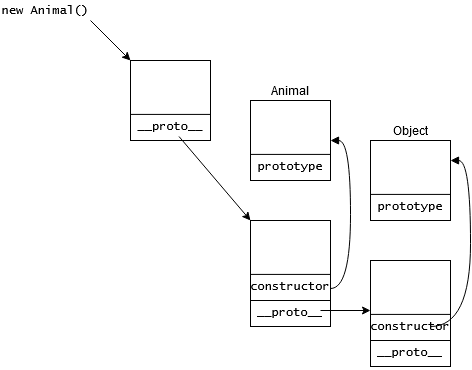
Earlier version of the draw.io export prototypical-inheritance.png (eheu/hovedopgave). Source tidied: cells renumbered, new cells last; positions are measured from the earlier drawing's top-left corner, leaving out a move shared by most shapes.
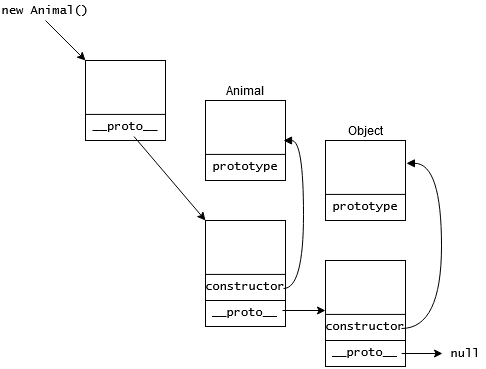
After the change.

The edit, as a diff of the source:
```diff
@@ -170,12 +170,13 @@
     <mxCell id="57" style="edgeStyle=orthogonalEdgeStyle;jettySize=auto;html=1;exitX=0.5;exitY=0;exitDx=0;exitDy=0;entryX=1;entryY=0.5;entryDx=0;entryDy=0;startArrow=none;startFill=0;endArrow=block;endFill=1;strokeColor=none;rounded=1;" parent="1" edge="1" source="59" target="27">
       <mxGeometry relative="1" as="geometry" />
     </mxCell>
-    <mxCell id="58" style="edgeStyle=orthogonalEdgeStyle;jettySize=auto;html=1;startArrow=none;startFill=0;endArrow=block;endFill=1;strokeColor=#000000;entryX=1;entryY=0.5;entryDx=0;entryDy=0;curved=1;" parent="1" edge="1" target="27">
+    <mxCell id="58" style="edgeStyle=orthogonalEdgeStyle;orthogonalLoop=1;jettySize=auto;html=1;startArrow=none;startFill=0;endArrow=block;endFill=1;strokeColor=#000000;entryX=1;entryY=0.5;entryDx=0;entryDy=0;curved=1;" parent="1" edge="1">
       <mxGeometry relative="1" as="geometry">
-        <mxPoint x="330" y="288" as="sourcePoint" />
+        <mxPoint x="328" y="288" as="sourcePoint" />
+        <mxPoint x="328" y="140" as="targetPoint" />
         <Array as="points">
-          <mxPoint x="350" y="288" />
-          <mxPoint x="350" y="140" />
+          <mxPoint x="348" y="288" />
+          <mxPoint x="348" y="140" />
         </Array>
       </mxGeometry>
     </mxCell>
@@ -311,11 +312,13 @@
     <mxCell id="102" style="endArrow=none;html=1;exitX=0.002;exitY=0.674;exitDx=0;exitDy=0;exitPerimeter=0;entryX=1;entryY=0.674;entryDx=0;entryDy=0;entryPerimeter=0;" parent="1" edge="1" source="101" target="101">
       <mxGeometry relative="1" as="geometry" />
     </mxCell>
-    <mxCell id="103" style="edgeStyle=orthogonalEdgeStyle;jettySize=auto;html=1;exitX=1;exitY=0.5;exitDx=0;exitDy=0;entryX=1;entryY=0.25;entryDx=0;entryDy=0;startArrow=none;startFill=0;endArrow=block;endFill=1;strokeColor=#000000;curved=1;" parent="1" edge="1" source="104" target="73">
+    <mxCell id="103" style="edgeStyle=orthogonalEdgeStyle;orthogonalLoop=1;jettySize=auto;html=1;exitX=1;exitY=0.5;exitDx=0;exitDy=0;entryX=1.011;entryY=0.26;entryDx=0;entryDy=0;startArrow=none;startFill=0;endArrow=block;endFill=1;strokeColor=#000000;curved=1;entryPerimeter=0;" parent="1" edge="1">
       <mxGeometry relative="1" as="geometry">
+        <mxPoint x="446" y="328" as="sourcePoint" />
+        <mxPoint x="450.9" y="162.8" as="targetPoint" />
         <Array as="points">
-          <mxPoint x="470" y="326" />
-          <mxPoint x="470" y="160" />
+          <mxPoint x="486" y="328" />
+          <mxPoint x="486" y="163" />
         </Array>
       </mxGeometry>
     </mxCell>
@@ -326,7 +329,7 @@
       <mxGeometry x="370" y="340" width="80" height="26" as="geometry" />
     </mxCell>
     <mxCell id="106" value="&lt;!--StartFragment--&gt;&lt;font face=&quot;Lucida Console&quot;&gt;__proto__&lt;/font&gt;&lt;!--EndFragment--&gt;" style="text;whiteSpace=wrap;html=1;" parent="1" vertex="1">
-      <mxGeometry x="375" y="338" width="90" height="30" as="geometry" />
+      <mxGeometry x="375" y="338" width="75" height="30" as="geometry" />
     </mxCell>
     <mxCell id="107" value="Animal" style="text;html=1;strokeColor=none;fillColor=none;align=center;verticalAlign=middle;whiteSpace=wrap;rounded=0;" parent="1" vertex="1">
       <mxGeometry x="270" y="80" width="40" height="20" as="geometry" />
@@ -335,18 +338,28 @@
       <mxGeometry x="390" y="120" width="40" height="20" as="geometry" />
     </mxCell>
     <mxCell id="109" value="&lt;font face=&quot;Lucida Console&quot;&gt;new Animal()&lt;/font&gt;" style="text;html=1;strokeColor=none;fillColor=none;align=center;verticalAlign=middle;whiteSpace=wrap;rounded=0;" parent="1" vertex="1">
-      <mxGeometry width="90" height="20" as="geometry" />
+      <mxGeometry x="45" width="90" height="20" as="geometry" />
     </mxCell>
-    <mxCell id="110" style="endArrow=classic;html=1;strokeColor=#000000;exitX=1;exitY=1;exitDx=0;exitDy=0;entryX=0;entryY=0;entryDx=0;entryDy=0;" parent="1" edge="1" source="109" target="13">
+    <mxCell id="110" style="endArrow=classic;html=1;strokeColor=#000000;exitX=0.5;exitY=1;exitDx=0;exitDy=0;entryX=0;entryY=0;entryDx=0;entryDy=0;" parent="1" edge="1" source="109" target="13">
       <mxGeometry relative="1" as="geometry" />
     </mxCell>
     <mxCell id="111" style="endArrow=classic;html=1;strokeColor=#000000;entryX=0;entryY=0;entryDx=0;entryDy=0;" parent="1" edge="1" source="15" target="55">
       <mxGeometry relative="1" as="geometry" />
     </mxCell>
-    <mxCell id="112" style="endArrow=classic;html=1;strokeColor=#000000;entryX=0;entryY=0.625;entryDx=0;entryDy=0;entryPerimeter=0;" parent="1" edge="1" target="101">
+    <mxCell id="112" style="endArrow=classic;html=1;strokeColor=#000000;" parent="1" edge="1">
       <mxGeometry relative="1" as="geometry">
-        <mxPoint x="320" y="310" as="sourcePoint" />
+        <mxPoint x="327" y="310" as="sourcePoint" />
+        <mxPoint x="370" y="310" as="targetPoint" />
       </mxGeometry>
     </mxCell>
+    <mxCell id="113" style="endArrow=classic;html=1;exitX=0.989;exitY=0.5;exitDx=0;exitDy=0;exitPerimeter=0;" parent="1" edge="1">
+      <mxGeometry relative="1" as="geometry">
+        <mxPoint x="446.2" y="353" as="sourcePoint" />
+        <mxPoint x="487" y="353" as="targetPoint" />
+      </mxGeometry>
+    </mxCell>
+    <mxCell id="114" value="&lt;font face=&quot;Lucida Console&quot;&gt;null&lt;/font&gt;" style="text;html=1;strokeColor=none;fillColor=none;align=center;verticalAlign=middle;whiteSpace=wrap;rounded=0;" parent="1" vertex="1">
+      <mxGeometry x="490" y="343" width="40" height="20" as="geometry" />
+    </mxCell>
   </root>
 </mxGraphModel>
```
